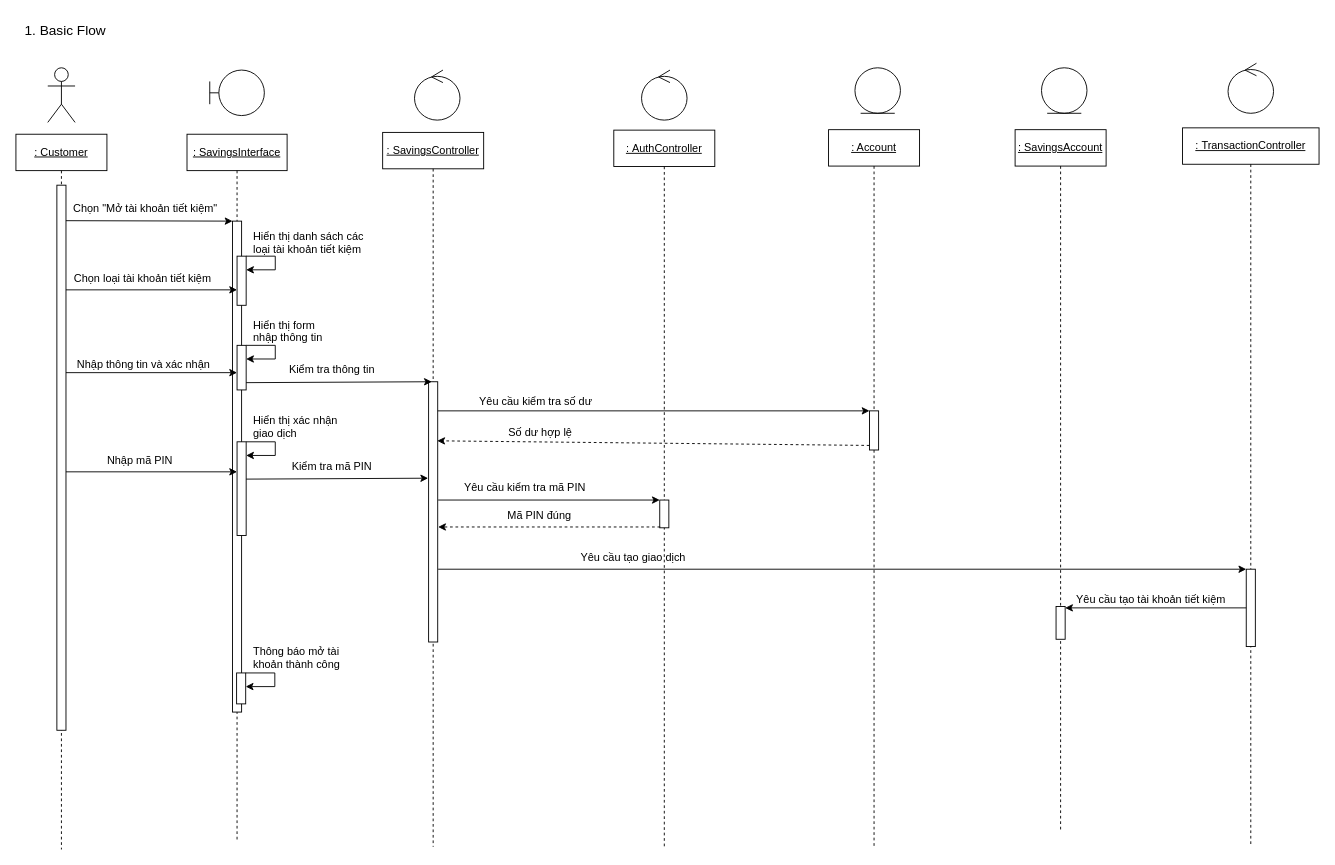
Above: page "basic flow" (2 of 4) of uml/BHDG_Usecase_10_0.0.1.drawio in HoangDucBach/bghc (draw.io), before the change. Source tidied: cells renumbered, new cells numbered last; positions are measured from the earlier drawing's top-left corner, leaving out a move shared by most shapes. Both pictures are drawn from the tidied source at 91%, with x=0, y=0 at pixel (15, 15).
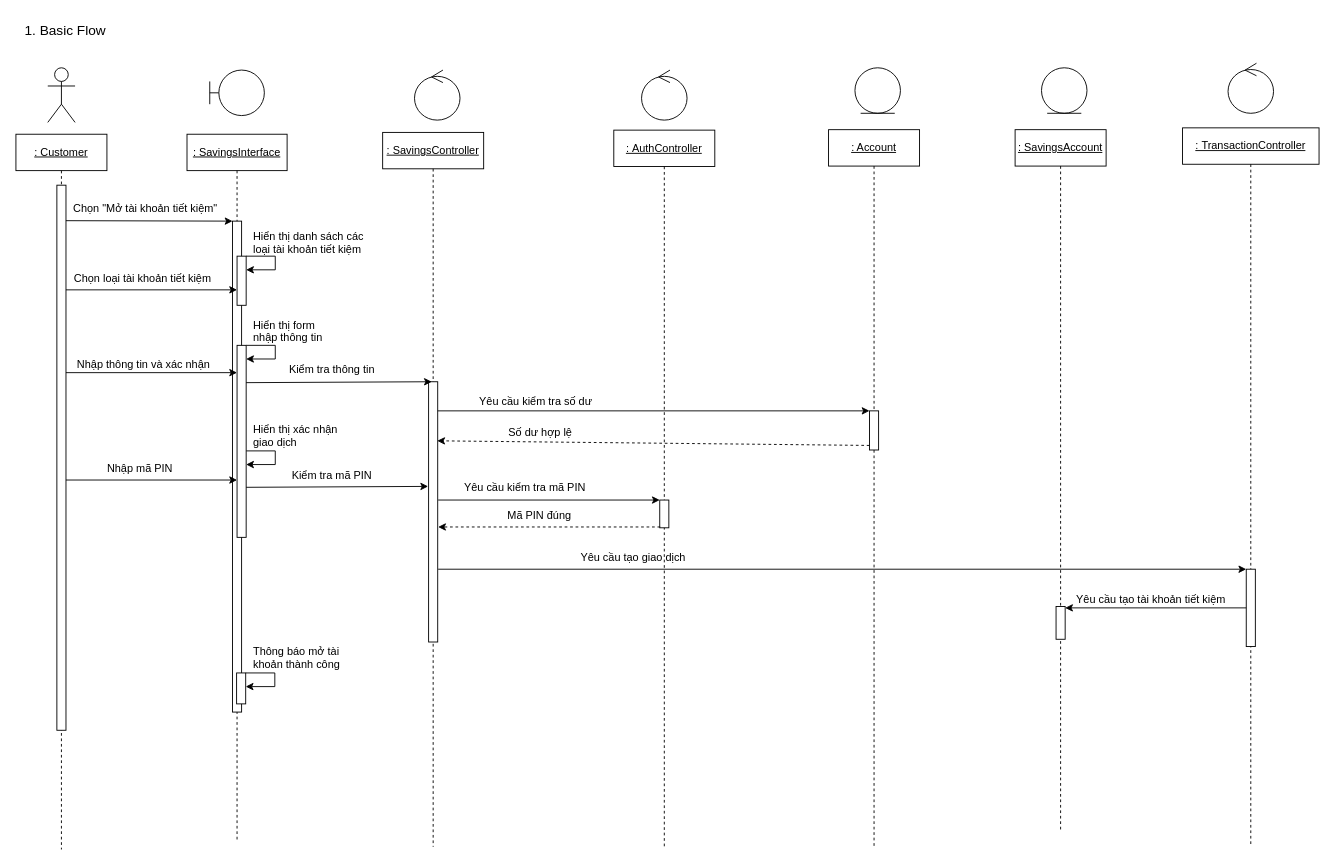
Above is the later version.

Unchanged cells that the change refers to:
```xml
<mxCell id="7" value="&lt;u&gt;: SavingsInterface&lt;/u&gt;" style="shape=umlLifeline;perimeter=lifelinePerimeter;whiteSpace=wrap;html=1;newEdgeStyle={&quot;edgeStyle&quot;:&quot;elbowEdgeStyle&quot;,&quot;elbow&quot;:&quot;vertical&quot;,&quot;curved&quot;:0,&quot;rounded&quot;:0};" parent="1" vertex="1">
  <mxGeometry x="188" y="130" width="110" height="777" as="geometry" />
</mxCell>
```

Change to the diagram source:
```diff
@@
-    <mxCell id="11" style="endArrow=classic;html=1;rounded=0;" parent="7" edge="1" source="12" target="12">
+    <mxCell id="11" style="endArrow=classic;html=1;rounded=0;" parent="7" edge="1">
       <mxGeometry relative="1" as="geometry">
+        <mxPoint x="65" y="232" as="sourcePoint" />
+        <mxPoint x="65" y="247" as="targetPoint" />
         <Array as="points">
           <mxPoint x="97" y="232" />
           <mxPoint x="97" y="247" />
         </Array>
       </mxGeometry>
     </mxCell>
-    <mxCell id="12" style="html=1;points=[[0,0,0,0,5],[0,1,0,0,-5],[1,0,0,0,5],[1,1,0,0,-5]];perimeter=orthogonalPerimeter;outlineConnect=0;targetShapes=umlLifeline;portConstraint=eastwest;newEdgeStyle={&quot;curved&quot;:0,&quot;rounded&quot;:0};" parent="7" vertex="1">
-      <mxGeometry x="55" y="232" width="10" height="49" as="geometry" />
-    </mxCell>
-    <mxCell id="13" style="endArrow=classic;html=1;rounded=0;" parent="7" edge="1" source="14" target="14">
+    <mxCell id="13" style="endArrow=classic;html=1;rounded=0;" parent="7" edge="1">
       <mxGeometry relative="1" as="geometry">
+        <mxPoint x="65" y="348" as="sourcePoint" />
+        <mxPoint x="65" y="363" as="targetPoint" />
         <Array as="points">
-          <mxPoint x="97" y="338" />
-          <mxPoint x="97" y="353" />
+          <mxPoint x="97" y="348" />
+          <mxPoint x="97" y="363" />
         </Array>
       </mxGeometry>
     </mxCell>
     <mxCell id="14" style="html=1;points=[[0,0,0,0,5],[0,1,0,0,-5],[1,0,0,0,5],[1,1,0,0,-5]];perimeter=orthogonalPerimeter;outlineConnect=0;targetShapes=umlLifeline;portConstraint=eastwest;newEdgeStyle={&quot;curved&quot;:0,&quot;rounded&quot;:0};" parent="7" vertex="1">
-      <mxGeometry x="55" y="338" width="10" height="103" as="geometry" />
+      <mxGeometry x="55" y="232" width="10" height="211" as="geometry" />
     </mxCell>
@@
-    <mxCell id="33" style="endArrow=classic;html=1;rounded=0;" parent="1" edge="1" target="12">
+    <mxCell id="33" style="endArrow=classic;html=1;rounded=0;" parent="1" edge="1">
       <mxGeometry relative="1" as="geometry">
         <mxPoint x="55" y="392" as="sourcePoint" />
+        <mxPoint x="243" y="392" as="targetPoint" />
       </mxGeometry>
     </mxCell>
@@
     <mxCell id="39" value="Hiển thị xác nhận giao dịch" style="text;whiteSpace=wrap;" parent="1" vertex="1">
-      <mxGeometry x="259" y="431" width="102" height="34" as="geometry" />
+      <mxGeometry x="259" y="441" width="102" height="34" as="geometry" />
     </mxCell>
-    <mxCell id="40" style="endArrow=classic;html=1;rounded=0;" parent="1" edge="1" target="14">
+    <mxCell id="40" style="endArrow=classic;html=1;rounded=0;" parent="1" edge="1">
       <mxGeometry relative="1" as="geometry">
-        <mxPoint x="55" y="501" as="sourcePoint" />
+        <mxPoint x="55" y="510" as="sourcePoint" />
+        <mxPoint x="243" y="510" as="targetPoint" />
       </mxGeometry>
     </mxCell>
     <mxCell id="41" value="Nhập mã PIN" style="text;html=1;align=center;verticalAlign=middle;strokeColor=none;fillColor=none;" parent="1" vertex="1">
-      <mxGeometry x="91" y="476" width="90" height="26" as="geometry" />
+      <mxGeometry x="91" y="485" width="90" height="26" as="geometry" />
     </mxCell>
     <mxCell id="42" style="endArrow=classic;html=1;rounded=0;" parent="1" edge="1">
       <mxGeometry relative="1" as="geometry">
-        <mxPoint x="253" y="509" as="sourcePoint" />
-        <mxPoint x="453" y="508" as="targetPoint" />
+        <mxPoint x="253" y="518" as="sourcePoint" />
+        <mxPoint x="453" y="517" as="targetPoint" />
       </mxGeometry>
     </mxCell>
     <mxCell id="43" value="Kiểm tra mã PIN" style="text;html=1;align=center;verticalAlign=middle;strokeColor=none;fillColor=none;" parent="1" vertex="1">
-      <mxGeometry x="294" y="483" width="106" height="26" as="geometry" />
+      <mxGeometry x="294" y="492" width="106" height="26" as="geometry" />
     </mxCell>
```
